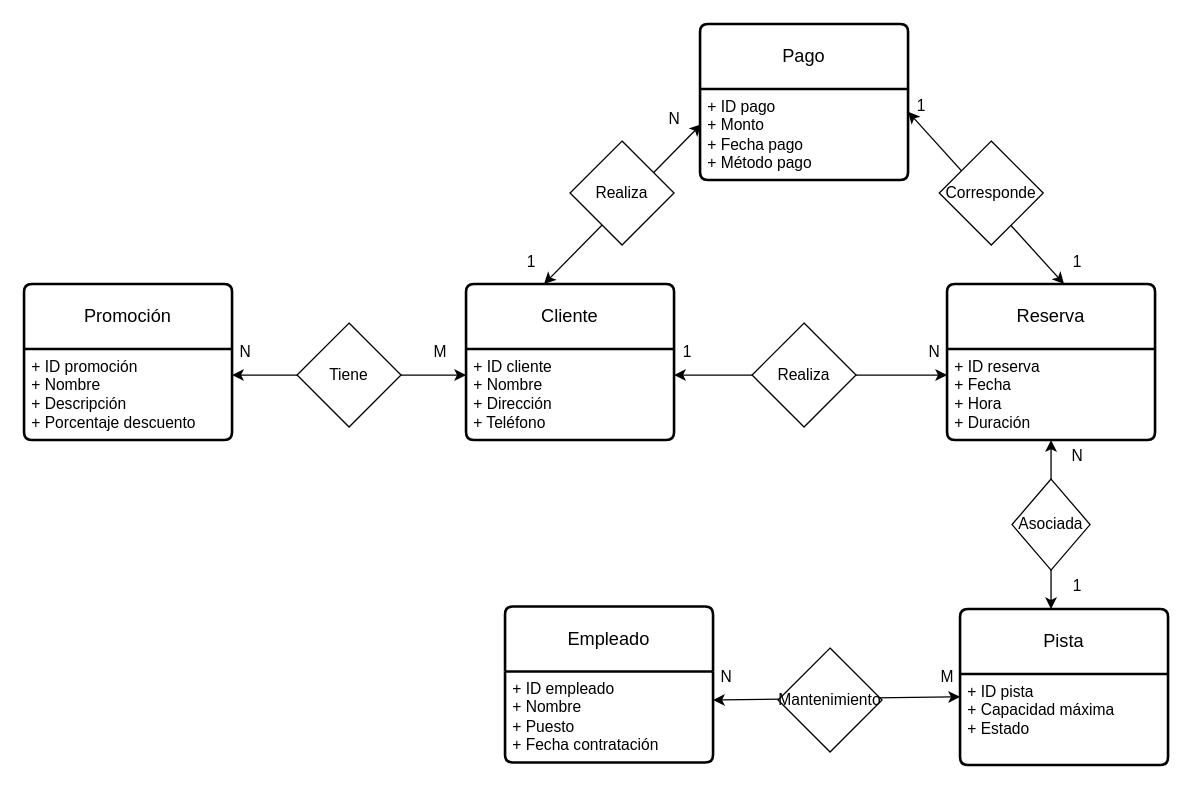
Above: ejercicio3.drawio in reyesdefedericocarlota/Base-de-datos (draw.io), before the change. Source tidied: cells renumbered, new cells numbered last; positions are measured from the earlier drawing's top-left corner, leaving out a move shared by most shapes. Both pictures are drawn from the tidied source at 130%, with x=0, y=0 at pixel (23, 23).
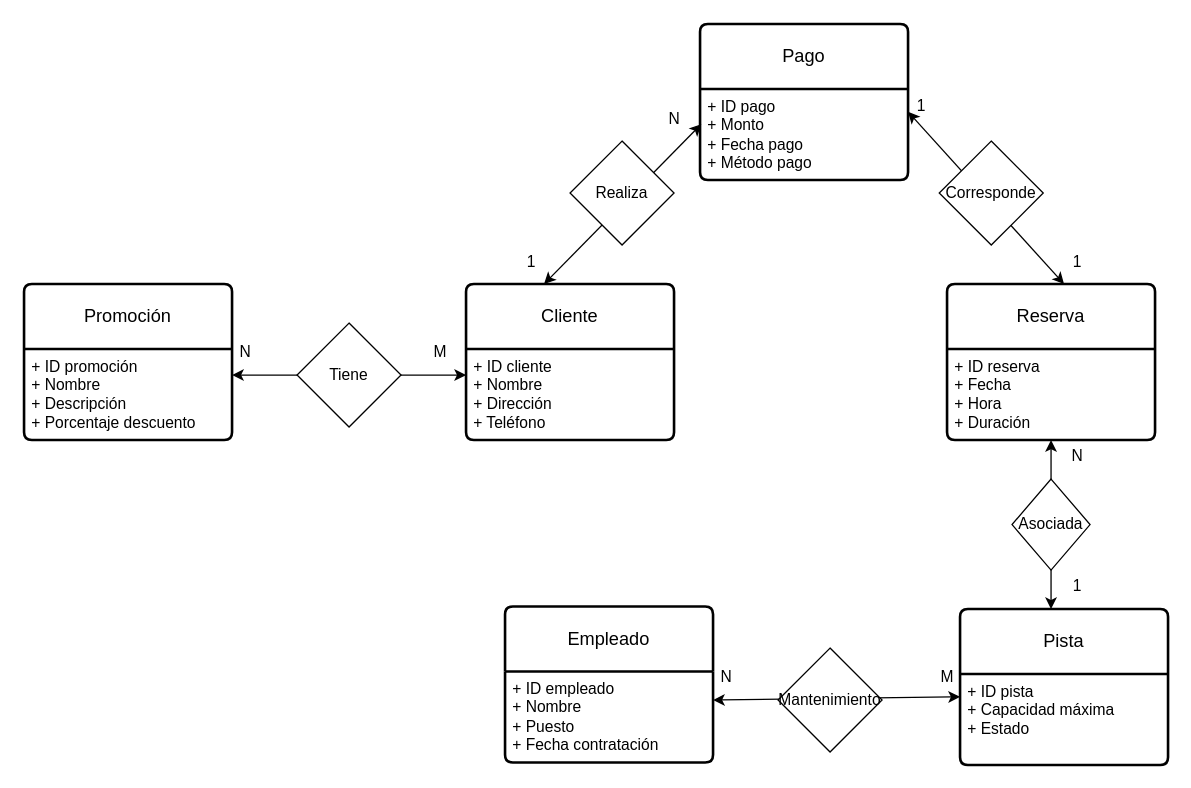
Above is the later version.

Commit message:
Corrijo ejercicio 3

Diff of the diagram source:
```diff
@@
-    <mxCell id="12" style="endArrow=classic;startArrow=classic;html=1;" parent="1" edge="1">
-      <mxGeometry relative="1" as="geometry">
-        <mxPoint x="500" y="270" as="sourcePoint" />
-        <mxPoint x="710" y="270" as="targetPoint" />
-      </mxGeometry>
-    </mxCell>
-    <mxCell id="13" value="Realiza" style="rhombus;whiteSpace=wrap;html=1;" parent="1" vertex="1">
-      <mxGeometry x="560" y="230" width="80" height="80" as="geometry" />
-    </mxCell>
-    <mxCell id="14" value="N" style="text;html=1;align=center;verticalAlign=middle;strokeColor=none;fillColor=none;" parent="1" vertex="1">
-      <mxGeometry x="685" y="238" width="30" height="30" as="geometry" />
-    </mxCell>
@@
-    <mxCell id="17" value="1" style="text;html=1;align=center;verticalAlign=middle;strokeColor=none;fillColor=none;" parent="1" vertex="1">
-      <mxGeometry x="495" y="238" width="30" height="30" as="geometry" />
-    </mxCell>
```
